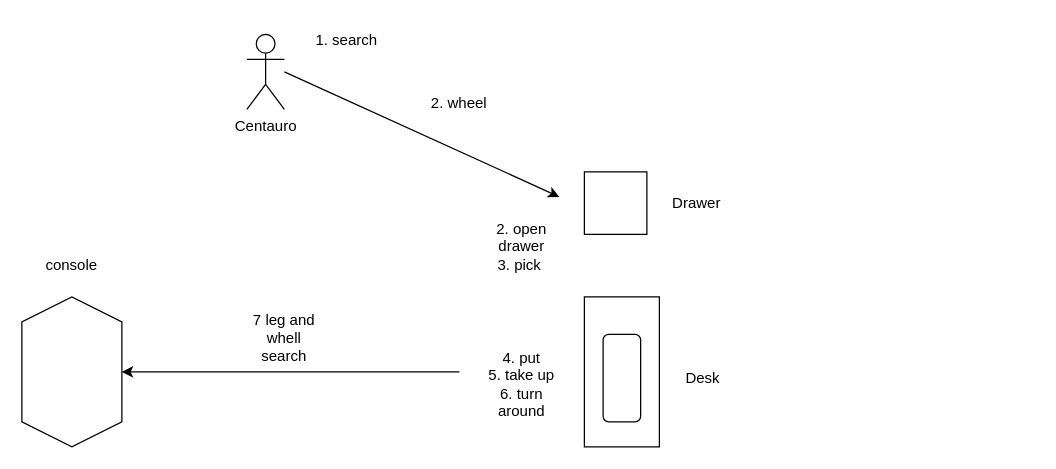
Above: long_task.drawio in muzi2018/centauro_long_task (draw.io), before the change. Source tidied: cells renumbered, new cells numbered last; positions are measured from the earlier drawing's top-left corner, leaving out a move shared by most shapes. Both pictures are drawn from the tidied source at 125%, with x=0, y=0 at pixel (-4, 21).
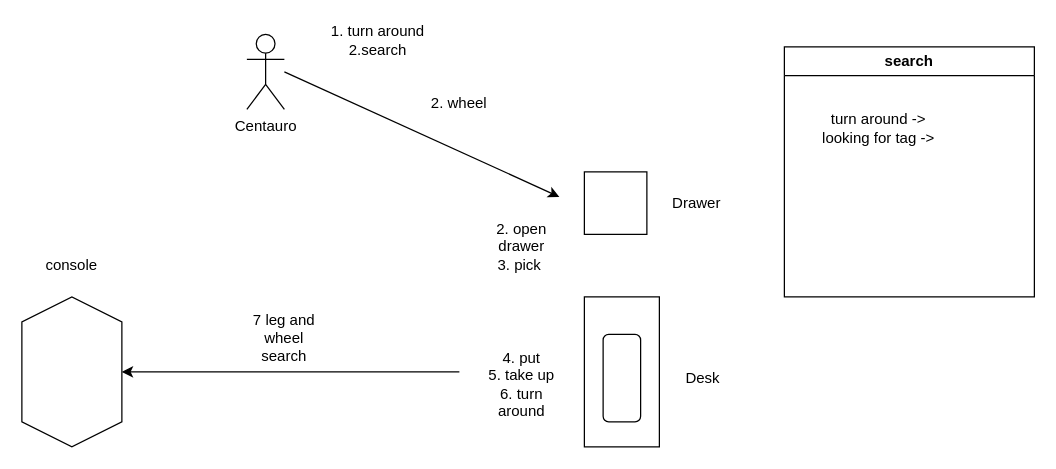
Above is the later version.

The edit, as a diff of the source:
```diff
@@
-    <mxCell id="18" value="7 leg and whell search" style="text;html=1;strokeColor=none;fillColor=none;align=center;verticalAlign=middle;whiteSpace=wrap;rounded=0;" parent="1" vertex="1">
+    <mxCell id="18" value="7 leg and wheel search" style="text;html=1;strokeColor=none;fillColor=none;align=center;verticalAlign=middle;whiteSpace=wrap;rounded=0;" parent="1" vertex="1">
       <mxGeometry x="200" y="230" width="60" height="45" as="geometry" />
     </mxCell>
-    <mxCell id="19" value="1. search" style="text;html=1;strokeColor=none;fillColor=none;align=center;verticalAlign=middle;whiteSpace=wrap;rounded=0;" parent="1" vertex="1">
-      <mxGeometry x="250" width="60" height="30" as="geometry" />
+    <mxCell id="19" value="1. turn around 2.search" style="text;html=1;strokeColor=none;fillColor=none;align=center;verticalAlign=middle;whiteSpace=wrap;rounded=0;" parent="1" vertex="1">
+      <mxGeometry x="250" width="110" height="30" as="geometry" />
     </mxCell>
+    <mxCell id="20" value="search" style="swimlane;whiteSpace=wrap;html=1;" parent="1" vertex="1">
+      <mxGeometry x="630" y="20" width="200" height="200" as="geometry" />
+    </mxCell>
+    <mxCell id="21" value="turn around -&amp;gt; &lt;br&gt;looking for tag -&amp;gt;" style="text;html=1;align=center;verticalAlign=middle;strokeColor=none;fillColor=none;" parent="20" vertex="1">
+      <mxGeometry x="20" y="45" width="110" height="40" as="geometry" />
+    </mxCell>
```
